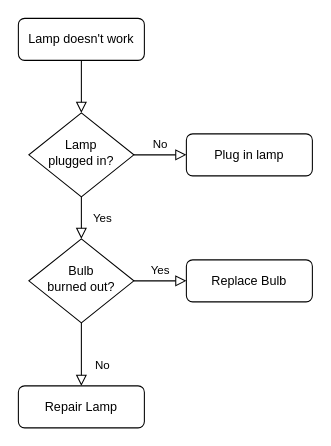
The draw.io diagram UPSK-PY-001.drawio in jazminmontenegro/UPSK-PY-001-guess-the-number, before the edit. Source tidied: cells renumbered, new cells numbered last; positions are measured from the earlier drawing's top-left corner, leaving out a move shared by most shapes. Both pictures are drawn from the tidied source at 105%, with x=0, y=0 at pixel (18, 18).
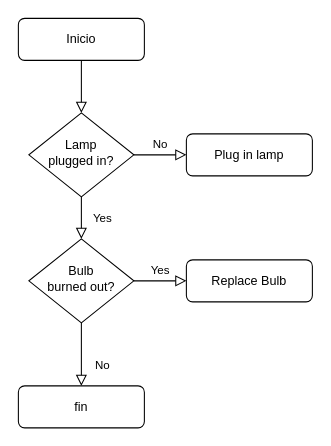
Above is the later version.

Change to the diagram source:
```diff
@@
 <mxGraphModel>
   <root>
     <mxCell id="0" />
     <mxCell id="1" parent="0" />
     <mxCell id="2" style="rounded=0;html=1;jettySize=auto;fontSize=11;endArrow=block;endFill=0;endSize=8;strokeWidth=1;shadow=0;labelBackgroundColor=none;edgeStyle=orthogonalEdgeStyle;" parent="1" edge="1" source="3" target="6">
       <mxGeometry relative="1" as="geometry" />
     </mxCell>
-    <mxCell id="3" value="Lamp doesn't work" style="rounded=1;whiteSpace=wrap;html=1;fontSize=12;glass=0;strokeWidth=1;shadow=0;" parent="1" vertex="1">
+    <mxCell id="3" value="Inicio" style="rounded=1;whiteSpace=wrap;html=1;fontSize=12;glass=0;strokeWidth=1;shadow=0;" parent="1" vertex="1">
       <mxGeometry width="120" height="40" as="geometry" />
     </mxCell>
     <mxCell id="4" value="Yes" style="rounded=0;html=1;jettySize=auto;fontSize=11;endArrow=block;endFill=0;endSize=8;strokeWidth=1;shadow=0;labelBackgroundColor=none;edgeStyle=orthogonalEdgeStyle;" parent="1" edge="1" source="6" target="10">
       <mxGeometry y="20" relative="1" as="geometry" />
     </mxCell>
     <mxCell id="5" value="No" style="edgeStyle=orthogonalEdgeStyle;rounded=0;html=1;jettySize=auto;fontSize=11;endArrow=block;endFill=0;endSize=8;strokeWidth=1;shadow=0;labelBackgroundColor=none;" parent="1" edge="1" source="6" target="7">
       <mxGeometry y="10" relative="1" as="geometry" />
     </mxCell>
     <mxCell id="6" value="Lamp&lt;br&gt;plugged in?" style="rhombus;whiteSpace=wrap;html=1;shadow=0;fontFamily=Helvetica;fontSize=12;align=center;strokeWidth=1;spacing=6;spacingTop=-4;" parent="1" vertex="1">
       <mxGeometry x="10" y="90" width="100" height="80" as="geometry" />
     </mxCell>
     <mxCell id="7" value="Plug in lamp" style="rounded=1;whiteSpace=wrap;html=1;fontSize=12;glass=0;strokeWidth=1;shadow=0;" parent="1" vertex="1">
       <mxGeometry x="160" y="110" width="120" height="40" as="geometry" />
     </mxCell>
     <mxCell id="8" value="No" style="rounded=0;html=1;jettySize=auto;fontSize=11;endArrow=block;endFill=0;endSize=8;strokeWidth=1;shadow=0;labelBackgroundColor=none;edgeStyle=orthogonalEdgeStyle;" parent="1" edge="1" source="10" target="11">
       <mxGeometry x="0.33" y="20" relative="1" as="geometry" />
     </mxCell>
     <mxCell id="9" value="Yes" style="edgeStyle=orthogonalEdgeStyle;rounded=0;html=1;jettySize=auto;fontSize=11;endArrow=block;endFill=0;endSize=8;strokeWidth=1;shadow=0;labelBackgroundColor=none;" parent="1" edge="1" source="10" target="12">
       <mxGeometry y="10" relative="1" as="geometry" />
     </mxCell>
     <mxCell id="10" value="Bulb&lt;br&gt;burned out?" style="rhombus;whiteSpace=wrap;html=1;shadow=0;fontFamily=Helvetica;fontSize=12;align=center;strokeWidth=1;spacing=6;spacingTop=-4;" parent="1" vertex="1">
       <mxGeometry x="10" y="210" width="100" height="80" as="geometry" />
     </mxCell>
-    <mxCell id="11" value="Repair Lamp" style="rounded=1;whiteSpace=wrap;html=1;fontSize=12;glass=0;strokeWidth=1;shadow=0;" parent="1" vertex="1">
+    <mxCell id="11" value="fin" style="rounded=1;whiteSpace=wrap;html=1;fontSize=12;glass=0;strokeWidth=1;shadow=0;" parent="1" vertex="1">
       <mxGeometry y="350" width="120" height="40" as="geometry" />
     </mxCell>
     <mxCell id="12" value="Replace Bulb" style="rounded=1;whiteSpace=wrap;html=1;fontSize=12;glass=0;strokeWidth=1;shadow=0;" parent="1" vertex="1">
       <mxGeometry x="160" y="230" width="120" height="40" as="geometry" />
     </mxCell>
   </root>
 </mxGraphModel>
```
